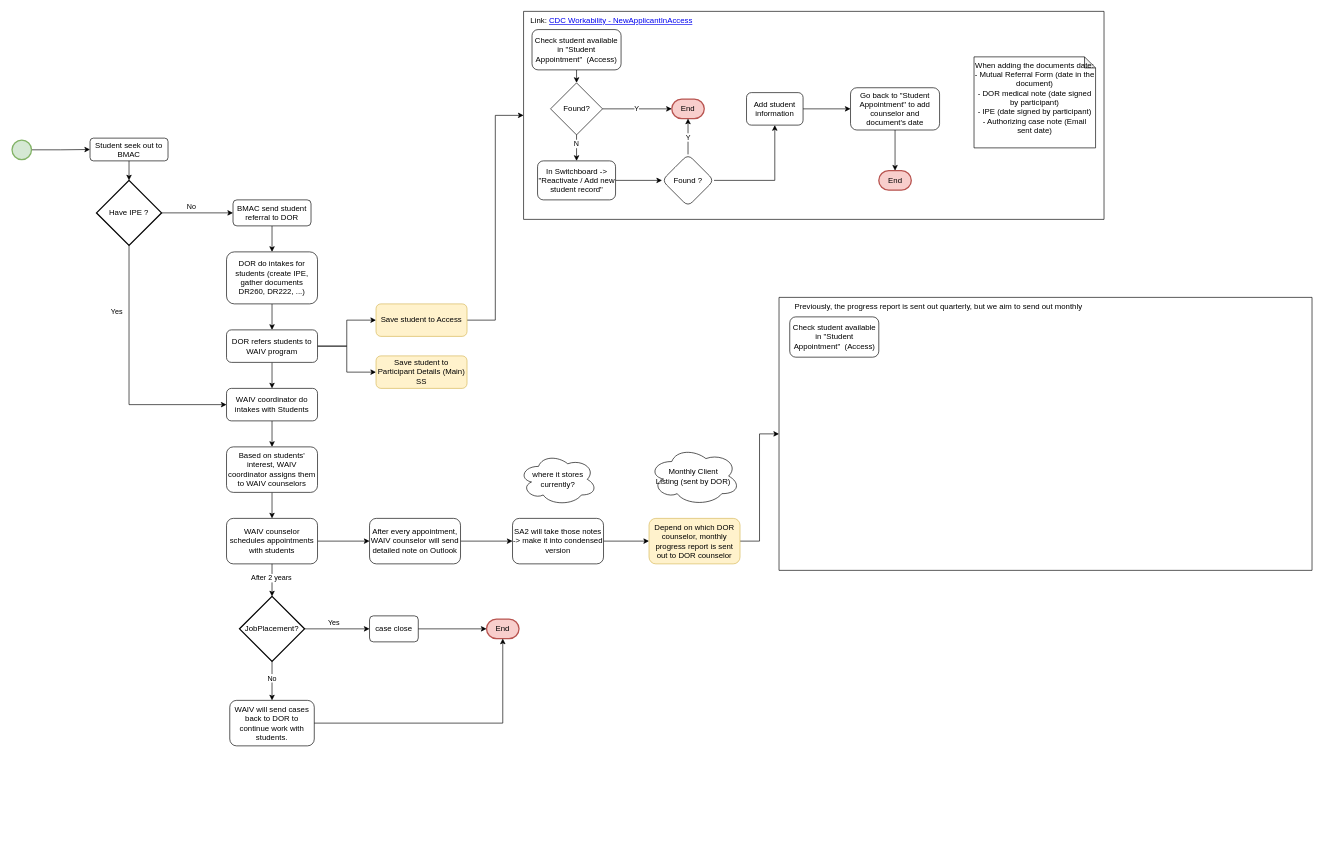
The draw.io diagram waivWorkflow.drawio in markqle/waiv, before the edit. Source tidied: cells renumbered, new cells numbered last; positions are measured from the earlier drawing's top-left corner, leaving out a move shared by most shapes. Both pictures are drawn from the tidied source at 65%, with x=0, y=0 at pixel (12, 11).
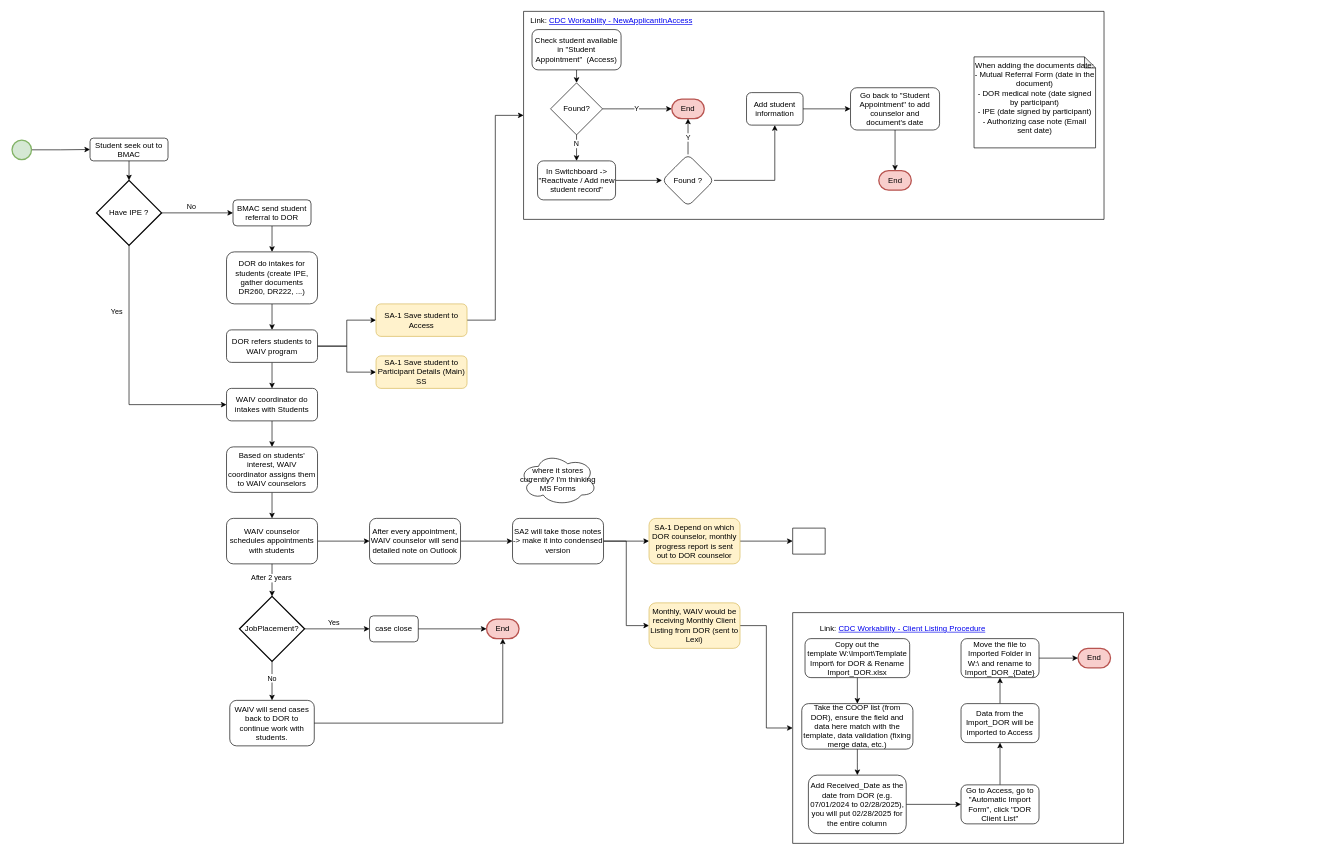
After the change.

Unchanged cells that the change refers to:
```xml
<mxCell id="24" value="SA2 will take those notes -&amp;gt; make it into condensed version" style="rounded=1;whiteSpace=wrap;html=1;fontSize=12;glass=0;strokeWidth=1;shadow=0;" parent="1" vertex="1">
  <mxGeometry x="770" y="780" width="140" height="70" as="geometry" />
</mxCell>
```

Change to the diagram source:
```diff
@@
-    <mxCell id="16" value="Save student to Access" style="rounded=1;whiteSpace=wrap;html=1;fontSize=12;glass=0;strokeWidth=1;shadow=0;fillColor=#fff2cc;strokeColor=#d6b656;" parent="1" vertex="1">
+    <mxCell id="16" value="SA-1 Save student to Access" style="rounded=1;whiteSpace=wrap;html=1;fontSize=12;glass=0;strokeWidth=1;shadow=0;fillColor=#fff2cc;strokeColor=#d6b656;" parent="1" vertex="1">
       <mxGeometry x="560" y="450" width="140" height="50" as="geometry" />
     </mxCell>
@@
+    <mxCell id="73" style="edgeStyle=orthogonalEdgeStyle;rounded=0;jettySize=auto;html=1;exitX=1;exitY=0.5;exitDx=0;exitDy=0;entryX=0;entryY=0.5;entryDx=0;entryDy=0;" parent="1" edge="1" source="24" target="75">
+      <mxGeometry relative="1" as="geometry" />
+    </mxCell>
@@
-    <mxCell id="26" style="edgeStyle=orthogonalEdgeStyle;rounded=0;jettySize=auto;html=1;exitX=1;exitY=0.5;exitDx=0;exitDy=0;" parent="1" edge="1" source="27" target="70">
+    <mxCell id="26" style="edgeStyle=orthogonalEdgeStyle;rounded=0;jettySize=auto;html=1;exitX=1;exitY=0.5;exitDx=0;exitDy=0;entryX=0;entryY=0.5;entryDx=0;entryDy=0;" parent="1" edge="1" source="27" target="70">
       <mxGeometry relative="1" as="geometry" />
     </mxCell>
-    <mxCell id="27" value="Depend on which DOR counselor, monthly progress report is sent out to DOR counselor" style="rounded=1;whiteSpace=wrap;html=1;fontSize=12;glass=0;strokeWidth=1;shadow=0;fillColor=#fff2cc;strokeColor=#d6b656;" parent="1" vertex="1">
+    <mxCell id="27" value="SA-1 Depend on which DOR counselor, monthly progress report is sent out to DOR counselor" style="rounded=1;whiteSpace=wrap;html=1;fontSize=12;glass=0;strokeWidth=1;shadow=0;fillColor=#fff2cc;strokeColor=#d6b656;" parent="1" vertex="1">
       <mxGeometry x="980" y="780" width="140" height="70" as="geometry" />
     </mxCell>
@@
-    <mxCell id="39" value="where it stores currently?" style="ellipse;shape=cloud;whiteSpace=wrap;html=1;" parent="1" vertex="1">
+    <mxCell id="39" value="where it stores currently? I'm thinking MS Forms" style="ellipse;shape=cloud;whiteSpace=wrap;html=1;" parent="1" vertex="1">
       <mxGeometry x="780" y="680" width="120" height="80" as="geometry" />
     </mxCell>
@@
-    <mxCell id="46" value="Save student to Participant Details (Main) SS" style="rounded=1;whiteSpace=wrap;html=1;fontSize=12;glass=0;strokeWidth=1;shadow=0;fillColor=#fff2cc;strokeColor=#d6b656;" parent="1" vertex="1">
+    <mxCell id="46" value="SA-1 Save student to Participant Details (Main) SS" style="rounded=1;whiteSpace=wrap;html=1;fontSize=12;glass=0;strokeWidth=1;shadow=0;fillColor=#fff2cc;strokeColor=#d6b656;" parent="1" vertex="1">
       <mxGeometry x="560" y="530" width="140" height="50" as="geometry" />
     </mxCell>
@@
-    <mxCell id="69" value="Monthly Client&amp;nbsp;&lt;div&gt;Listing (sent by DOR)&amp;nbsp;&lt;/div&gt;" style="ellipse;shape=cloud;whiteSpace=wrap;html=1;" parent="1" vertex="1">
-      <mxGeometry x="980" y="670" width="140" height="90" as="geometry" />
-    </mxCell>
-    <mxCell id="70" style="swimlane;startSize=0;" parent="1" vertex="1">
-      <mxGeometry x="1180" y="440" width="820" height="420" as="geometry" />
+    <mxCell id="70" style="swimlane;startSize=0;" parent="1" vertex="1" collapsed="1">
+      <mxGeometry x="1201" y="795" width="50" height="40" as="geometry" />
     </mxCell>
-    <mxCell id="71" value="Previously, the progress report is sent out quarterly, but we aim to send out monthly" style="text;html=1;align=center;verticalAlign=middle;strokeColor=none;fillColor=none;" parent="70" vertex="1">
-      <mxGeometry x="10" width="470" height="30" as="geometry" />
-    </mxCell>
-    <mxCell id="72" value="Check student available in &quot;Student Appointment&quot;&amp;nbsp; (Access)" style="rounded=1;whiteSpace=wrap;html=1;" parent="70" vertex="1">
-      <mxGeometry x="16.5" y="30" width="137" height="62" as="geometry" />
-    </mxCell>
+    <mxCell id="74" style="edgeStyle=orthogonalEdgeStyle;rounded=0;jettySize=auto;html=1;exitX=1;exitY=0.5;exitDx=0;exitDy=0;entryX=0;entryY=0.5;entryDx=0;entryDy=0;" parent="1" edge="1" source="75" target="76">
+      <mxGeometry relative="1" as="geometry" />
+    </mxCell>
+    <mxCell id="75" value="Monthly, WAIV would be receiving Monthly Client Listing from DOR (sent to Lexi)" style="rounded=1;whiteSpace=wrap;html=1;fontSize=12;glass=0;strokeWidth=1;shadow=0;fillColor=#fff2cc;strokeColor=#d6b656;" parent="1" vertex="1">
+      <mxGeometry x="980" y="910" width="140" height="70" as="geometry" />
+    </mxCell>
+    <mxCell id="76" style="swimlane;startSize=0;" parent="1" vertex="1">
+      <mxGeometry x="1201" y="925" width="509" height="355" as="geometry" />
+    </mxCell>
+    <mxCell id="77" value="Link:&amp;nbsp;&lt;a href=&quot;https://csulb.sharepoint.com/sites/CDC-Workability/Wiki/Client%20Listing%20Procedure.aspx&quot;&gt;CDC Workability - Client Listing Procedure&lt;/a&gt;" style="text;html=1;align=center;verticalAlign=middle;strokeColor=none;fillColor=none;" parent="76" vertex="1">
+      <mxGeometry x="29" y="10" width="280" height="30" as="geometry" />
+    </mxCell>
+    <mxCell id="78" style="edgeStyle=orthogonalEdgeStyle;rounded=0;jettySize=auto;html=1;" parent="76" edge="1" source="79" target="81">
+      <mxGeometry relative="1" as="geometry" />
+    </mxCell>
+    <mxCell id="79" value="Copy out the template&amp;nbsp;W:\Import\Template Import\ for DOR &amp;amp; Rename Import_DOR.xlsx" style="rounded=1;whiteSpace=wrap;html=1;" parent="76" vertex="1">
+      <mxGeometry x="19" y="40" width="161" height="60" as="geometry" />
+    </mxCell>
+    <mxCell id="80" style="edgeStyle=orthogonalEdgeStyle;rounded=0;jettySize=auto;html=1;" parent="76" edge="1" source="81" target="83">
+      <mxGeometry relative="1" as="geometry" />
+    </mxCell>
+    <mxCell id="81" value="Take the COOP list (from DOR), ensure the field and data here match with the template, data validation (fixing merge data, etc.)" style="rounded=1;whiteSpace=wrap;html=1;" parent="76" vertex="1">
+      <mxGeometry x="14" y="140" width="171" height="70" as="geometry" />
+    </mxCell>
+    <mxCell id="82" style="edgeStyle=orthogonalEdgeStyle;rounded=0;jettySize=auto;html=1;" parent="76" edge="1" source="83" target="85">
+      <mxGeometry relative="1" as="geometry" />
+    </mxCell>
+    <mxCell id="83" value="Add Received_Date as the date from DOR (e.g. 07/01/2024 to 02/28/2025), you will put 02/28/2025 for the entire column" style="whiteSpace=wrap;html=1;rounded=1;" parent="76" vertex="1">
+      <mxGeometry x="24.2" y="250" width="150.5" height="90" as="geometry" />
+    </mxCell>
+    <mxCell id="84" style="edgeStyle=orthogonalEdgeStyle;rounded=0;jettySize=auto;html=1;" parent="76" edge="1" source="85" target="87">
+      <mxGeometry relative="1" as="geometry" />
+    </mxCell>
+    <mxCell id="85" value="Go to Access, go to &quot;Automatic Import Form&quot;, click &quot;DOR Client List&quot;" style="whiteSpace=wrap;html=1;rounded=1;" parent="76" vertex="1">
+      <mxGeometry x="259" y="265" width="120" height="60" as="geometry" />
+    </mxCell>
+    <mxCell id="86" style="edgeStyle=orthogonalEdgeStyle;rounded=0;jettySize=auto;html=1;exitX=0.5;exitY=0;exitDx=0;exitDy=0;entryX=0.5;entryY=1;entryDx=0;entryDy=0;" parent="76" edge="1" source="87" target="88">
+      <mxGeometry relative="1" as="geometry" />
+    </mxCell>
+    <mxCell id="87" value="Data from the Import_DOR will be imported to Access" style="whiteSpace=wrap;html=1;rounded=1;" parent="76" vertex="1">
+      <mxGeometry x="259" y="140" width="120" height="60" as="geometry" />
+    </mxCell>
+    <mxCell id="88" value="Move the file to Imported Folder in W:\ and rename to Import_DOR_{Date}" style="whiteSpace=wrap;html=1;rounded=1;" parent="76" vertex="1">
+      <mxGeometry x="259" y="40" width="120" height="60" as="geometry" />
+    </mxCell>
+    <mxCell id="89" value="End" style="strokeWidth=2;html=1;shape=mxgraph.flowchart.terminator;whiteSpace=wrap;fillColor=#f8cecc;strokeColor=#b85450;" parent="76" vertex="1">
+      <mxGeometry x="439" y="55" width="50" height="30" as="geometry" />
+    </mxCell>
+    <mxCell id="90" style="edgeStyle=orthogonalEdgeStyle;rounded=0;jettySize=auto;html=1;exitX=1;exitY=0.5;exitDx=0;exitDy=0;entryX=0;entryY=0.5;entryDx=0;entryDy=0;entryPerimeter=0;" parent="76" edge="1" source="88" target="89">
+      <mxGeometry relative="1" as="geometry" />
+    </mxCell>
```
